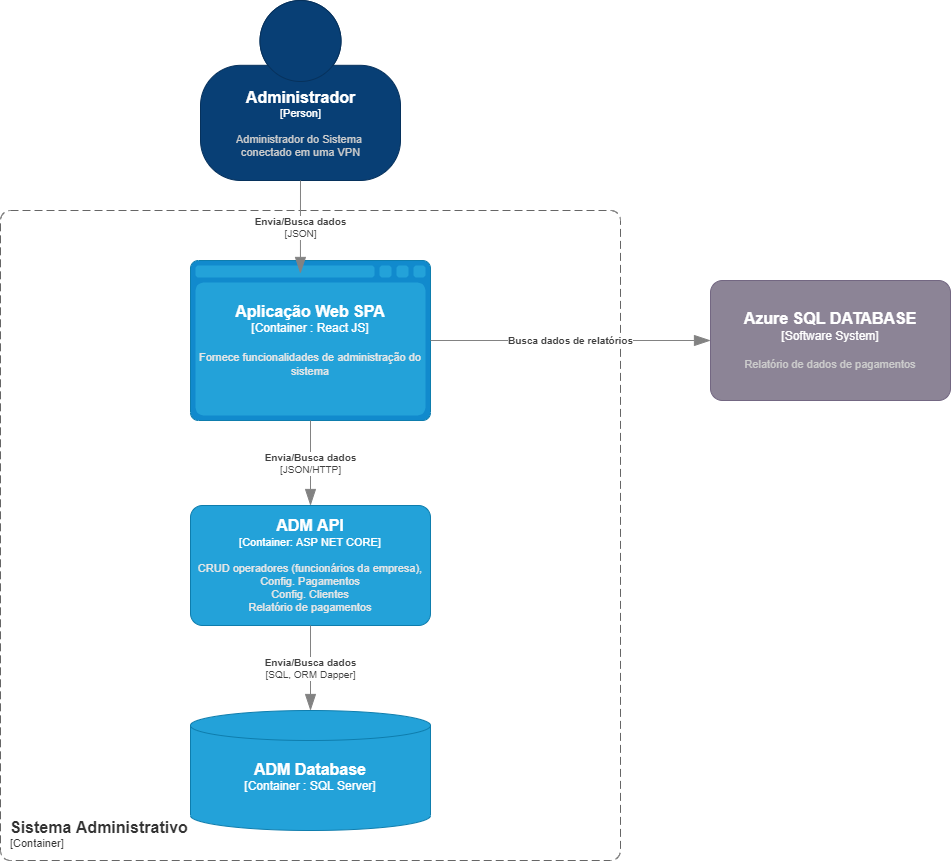
Above: Container_Administrador.drawio.png in felipesalvadordev/payment-system-architecture-C4 (draw.io), before the change. Source tidied: cells renumbered, new cells last; positions are measured from the earlier drawing's top-left corner, leaving out a move shared by most shapes.
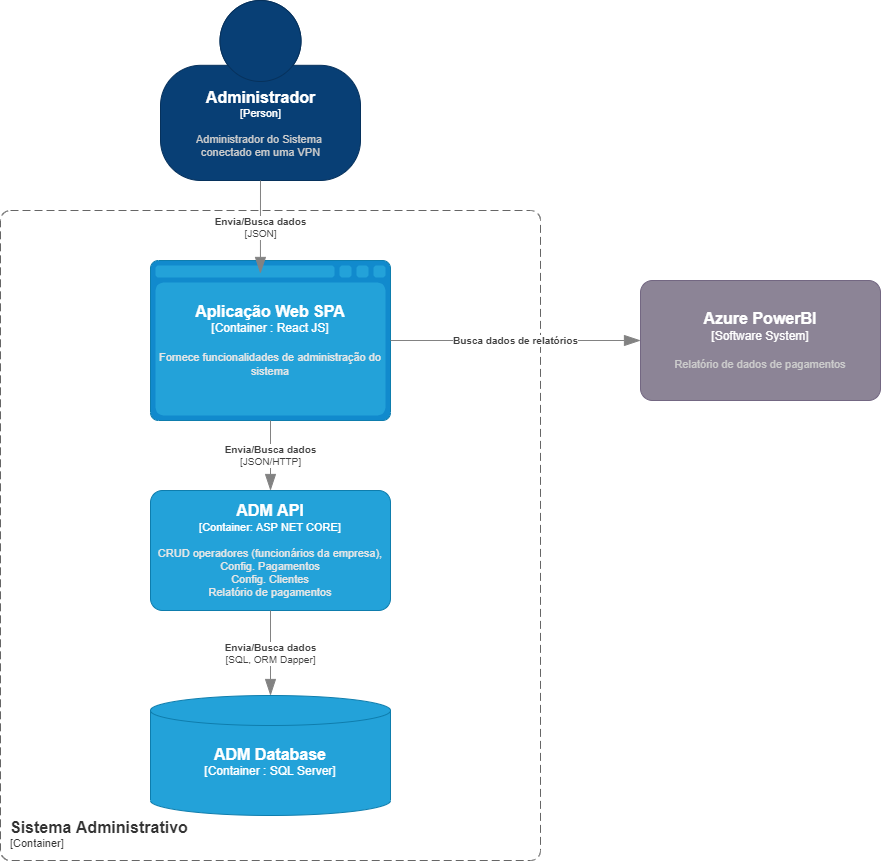
The same file after the commit.

What changed in the source:
```diff
@@ -14,17 +14,17 @@
     </object>
     <object id="4" label="&lt;font style=&quot;font-size: 16px&quot;&gt;&lt;b&gt;%c4Type%&lt;/font&gt;&lt;div&gt;[%c4Container%:&amp;nbsp;%c4Technology%]&lt;/div&gt;&lt;br&gt;&lt;div&gt;&lt;font style=&quot;font-size: 11px&quot;&gt;&lt;font color=&quot;#E6E6E6&quot;&gt;%c4Description%&lt;/font&gt;&lt;/div&gt;" c4Container="Container " c4Description="" c4Technology="SQL Server" c4Type="ADM Database" placeholders="1">
       <mxCell style="shape=cylinder3;size=15;whiteSpace=wrap;html=1;boundedLbl=1;rounded=0;labelBackgroundColor=none;fillColor=#23A2D9;fontSize=12;fontColor=#ffffff;align=center;strokeColor=#0E7DAD;points=[[0.5,0,0],[1,0.25,0],[1,0.5,0],[1,0.75,0],[0.5,1,0],[0,0.75,0],[0,0.5,0],[0,0.25,0]];" parent="1" vertex="1">
-        <mxGeometry x="190" y="710" width="240" height="120" as="geometry" />
+        <mxGeometry x="190" y="695" width="240" height="120" as="geometry" />
       </mxCell>
     </object>
     <object id="5" label="&lt;font style=&quot;font-size: 16px&quot;&gt;&lt;b&gt;&lt;div style=&quot;text-align: left&quot;&gt;%c4Name%&lt;/div&gt;&lt;/b&gt;&lt;/font&gt;&lt;div style=&quot;text-align: left&quot;&gt;[%c4Application%]&lt;/div&gt;" c4Application="Container" c4Name="Sistema Administrativo" c4Type="SystemScopeBoundary" placeholders="1">
       <mxCell style="rounded=1;fontSize=11;whiteSpace=wrap;html=1;dashed=1;arcSize=20;fillColor=none;strokeColor=#666666;fontColor=#333333;labelBackgroundColor=none;align=left;verticalAlign=bottom;labelBorderColor=none;spacingTop=0;spacing=10;dashPattern=8 4;perimeter=rectanglePerimeter;noLabel=0;labelPadding=0;absoluteArcSize=1;" parent="1" vertex="1">
-        <mxGeometry y="210" width="620" height="650" as="geometry" />
+        <mxGeometry x="40" y="210" width="540" height="650" as="geometry" />
       </mxCell>
     </object>
     <object id="6" label="&lt;font style=&quot;font-size: 16px&quot;&gt;&lt;b&gt;%c4Name%&lt;/b&gt;&lt;/font&gt;&lt;div&gt;[%c4Type%: %c4Technology%]&lt;/div&gt;&lt;br&gt;&lt;div&gt;&lt;font style=&quot;font-size: 11px&quot;&gt;&lt;font color=&quot;#E6E6E6&quot;&gt;%c4Description%&lt;/font&gt;&lt;/div&gt;" c4Description="CRUD operadores (funcionários da empresa),&#10;Config. Pagamentos&#10;Config. Clientes&#10;Relatório de pagamentos" c4Name="ADM API" c4Technology="ASP NET CORE" c4Type="Container" placeholders="1">
       <mxCell style="rounded=1;whiteSpace=wrap;html=1;fontSize=11;labelBackgroundColor=none;fillColor=#23A2D9;fontColor=#ffffff;align=center;arcSize=10;strokeColor=#0E7DAD;points=[[0.25,0,0],[0.5,0,0],[0.75,0,0],[1,0.25,0],[1,0.5,0],[1,0.75,0],[0.75,1,0],[0.5,1,0],[0.25,1,0],[0,0.75,0],[0,0.5,0],[0,0.25,0]];" parent="1" vertex="1">
-        <mxGeometry x="190" y="505" width="240" height="120" as="geometry" />
+        <mxGeometry x="190" y="490" width="240" height="120" as="geometry" />
       </mxCell>
     </object>
     <object id="7" label="&lt;div style=&quot;text-align: left&quot;&gt;&lt;div style=&quot;text-align: center&quot;&gt;&lt;b&gt;%c4Description%&lt;/b&gt;&lt;/div&gt;&lt;div style=&quot;text-align: center&quot;&gt;[%c4Technology%]&lt;/div&gt;&lt;/div&gt;" c4Description="Envia/Busca dados" c4Technology="SQL, ORM Dapper" c4Type="Relationship" placeholders="1">
@@ -44,9 +44,9 @@
         <mxGeometry relative="1" as="geometry" />
       </mxCell>
     </object>
-    <object id="10" label="&lt;font style=&quot;font-size: 16px&quot;&gt;&lt;b&gt;%c4Name%&lt;/b&gt;&lt;/font&gt;&lt;div&gt;[%c4Type%]&lt;/div&gt;&lt;br&gt;&lt;div&gt;&lt;font style=&quot;font-size: 11px&quot;&gt;&lt;font color=&quot;#cccccc&quot;&gt;%c4Description%&lt;/font&gt;&lt;/div&gt;" c4Description="Relatório de dados de pagamentos" c4Name="Azure SQL DATABASE" c4Type="Software System" placeholders="1">
+    <object id="10" label="&lt;font style=&quot;font-size: 16px&quot;&gt;&lt;b&gt;%c4Name%&lt;/b&gt;&lt;/font&gt;&lt;div&gt;[%c4Type%]&lt;/div&gt;&lt;br&gt;&lt;div&gt;&lt;font style=&quot;font-size: 11px&quot;&gt;&lt;font color=&quot;#cccccc&quot;&gt;%c4Description%&lt;/font&gt;&lt;/div&gt;" c4Description="Relatório de dados de pagamentos" c4Name="Azure PowerBI" c4Type="Software System" placeholders="1">
       <mxCell style="rounded=1;whiteSpace=wrap;html=1;labelBackgroundColor=none;fillColor=#8C8496;fontColor=#ffffff;align=center;arcSize=10;strokeColor=#736782;points=[[0.25,0,0],[0.5,0,0],[0.75,0,0],[1,0.25,0],[1,0.5,0],[1,0.75,0],[0.75,1,0],[0.5,1,0],[0.25,1,0],[0,0.75,0],[0,0.5,0],[0,0.25,0]];" parent="1" vertex="1">
-        <mxGeometry x="710" y="280" width="240" height="120" as="geometry" />
+        <mxGeometry x="680" y="280" width="240" height="120" as="geometry" />
       </mxCell>
     </object>
     <object id="11" label="&lt;div style=&quot;text-align: left&quot;&gt;&lt;div style=&quot;text-align: center&quot;&gt;&lt;b&gt;%c4Description%&lt;/b&gt;&lt;/div&gt;" c4Description="Busca dados de relatórios" c4Type="Relationship" placeholders="1">
```
